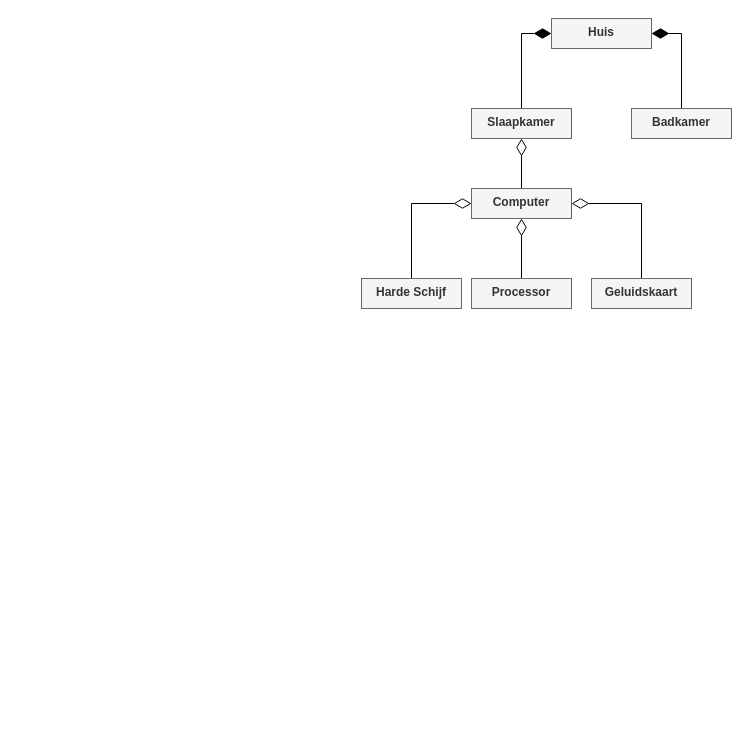
Before: page "compositie" (9 of 10) of assets/svg diagrams.drawio in dbEthan/csharpbook2, a draw.io diagram. Source tidied: cells renumbered, new cells numbered last; positions are measured from the earlier drawing's top-left corner, leaving out a move shared by most shapes. Both pictures are drawn from the tidied source at 100%, with x=0, y=0 at pixel (361, 18).
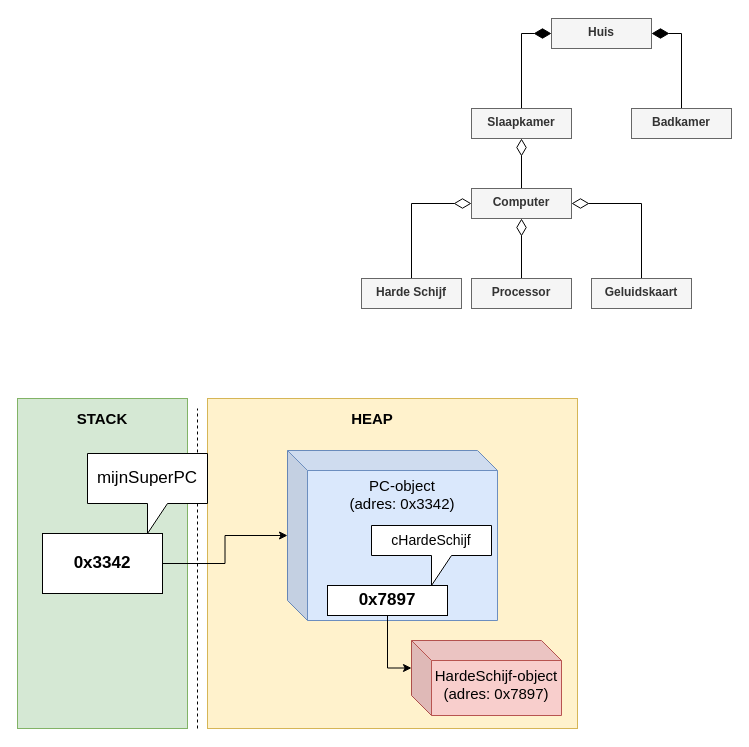
The same diagram, later.

The edit, as a diff of the source:
```diff
@@
+    <mxCell id="15" style="rounded=0;whiteSpace=wrap;html=1;fillColor=#fff2cc;strokeColor=#d6b656;" parent="1" vertex="1">
+      <mxGeometry x="-154" y="380" width="370" height="330" as="geometry" />
+    </mxCell>
+    <mxCell id="16" style="rounded=0;whiteSpace=wrap;html=1;fillColor=#d5e8d4;strokeColor=#82b366;" parent="1" vertex="1">
+      <mxGeometry x="-344" y="380" width="170" height="330" as="geometry" />
+    </mxCell>
+    <mxCell id="17" style="endArrow=none;dashed=1;html=1;" parent="1" edge="1">
+      <mxGeometry relative="1" as="geometry">
+        <mxPoint x="-164" y="710" as="sourcePoint" />
+        <mxPoint x="-164" y="390" as="targetPoint" />
+      </mxGeometry>
+    </mxCell>
+    <mxCell id="18" value="STACK" style="text;html=1;strokeColor=none;fillColor=none;align=center;verticalAlign=middle;whiteSpace=wrap;rounded=0;fontStyle=1;fontSize=15;" parent="1" vertex="1">
+      <mxGeometry x="-279" y="390" width="40" height="20" as="geometry" />
+    </mxCell>
+    <mxCell id="19" value="&lt;b style=&quot;font-size: 15px;&quot;&gt;HEAP&lt;/b&gt;" style="text;html=1;strokeColor=none;fillColor=none;align=center;verticalAlign=middle;whiteSpace=wrap;rounded=0;fontSize=15;" parent="1" vertex="1">
+      <mxGeometry x="-9" y="390" width="40" height="20" as="geometry" />
+    </mxCell>
+    <mxCell id="20" style="edgeStyle=orthogonalEdgeStyle;rounded=0;jettySize=auto;html=1;exitX=1;exitY=0.5;exitDx=0;exitDy=0;" parent="1" edge="1" source="21" target="23">
+      <mxGeometry relative="1" as="geometry" />
+    </mxCell>
+    <mxCell id="21" value="0x3342" style="rounded=0;whiteSpace=wrap;html=1;fontSize=17;fontStyle=1;align=center;" parent="1" vertex="1">
+      <mxGeometry x="-319" y="515" width="120" height="60" as="geometry" />
+    </mxCell>
+    <mxCell id="22" value="mijnSuperPC" style="shape=callout;whiteSpace=wrap;html=1;perimeter=calloutPerimeter;fontSize=17;" parent="1" vertex="1">
+      <mxGeometry x="-274" y="435" width="120" height="80" as="geometry" />
+    </mxCell>
+    <mxCell id="23" value="PC-object&lt;br&gt;(adres: 0x3342)" style="shape=cube;whiteSpace=wrap;html=1;boundedLbl=1;backgroundOutline=1;darkOpacity=0.05;darkOpacity2=0.1;fontSize=15;fillColor=#dae8fc;strokeColor=#6c8ebf;verticalAlign=top;" parent="1" vertex="1">
+      <mxGeometry x="-74" y="432" width="210" height="170" as="geometry" />
+    </mxCell>
+    <mxCell id="24" value="HardeSchijf-object&lt;br&gt;(adres: 0x7897)" style="shape=cube;whiteSpace=wrap;html=1;boundedLbl=1;backgroundOutline=1;darkOpacity=0.05;darkOpacity2=0.1;fontSize=15;fillColor=#f8cecc;strokeColor=#b85450;verticalAlign=top;" parent="1" vertex="1">
+      <mxGeometry x="50" y="622" width="150" height="75" as="geometry" />
+    </mxCell>
+    <mxCell id="25" style="edgeStyle=orthogonalEdgeStyle;rounded=0;jettySize=auto;html=1;exitX=0.5;exitY=1;exitDx=0;exitDy=0;entryX=0;entryY=0;entryDx=0;entryDy=27.5;entryPerimeter=0;fontSize=14;" parent="1" edge="1" source="26" target="24">
+      <mxGeometry relative="1" as="geometry" />
+    </mxCell>
+    <mxCell id="26" value="0x7897" style="rounded=0;whiteSpace=wrap;html=1;fontSize=17;fontStyle=1;align=center;" parent="1" vertex="1">
+      <mxGeometry x="-34" y="567" width="120" height="30" as="geometry" />
+    </mxCell>
+    <mxCell id="27" value="cHardeSchijf" style="shape=callout;whiteSpace=wrap;html=1;perimeter=calloutPerimeter;fontSize=14;" parent="1" vertex="1">
+      <mxGeometry x="10" y="507" width="120" height="60" as="geometry" />
+    </mxCell>
```
